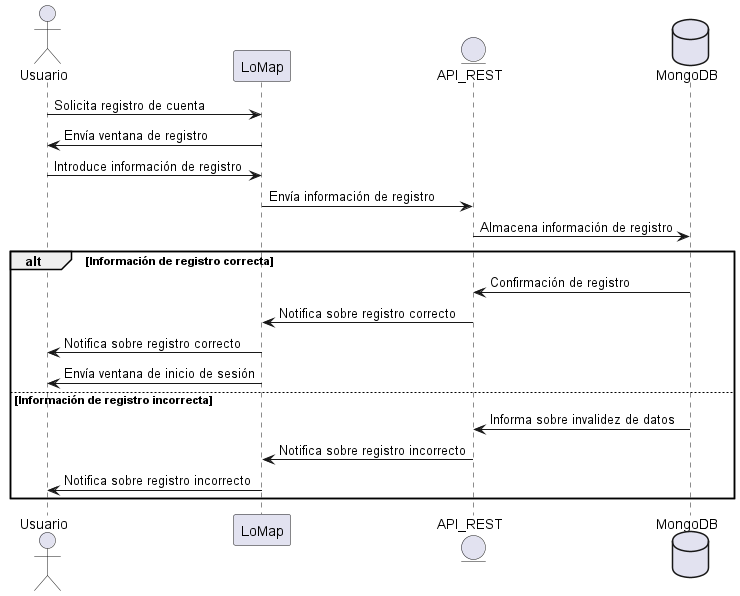
This is images/Sequence diagram.png from Arquisoft/lomap_es3c, a PlantUML export, as it was before one commit.
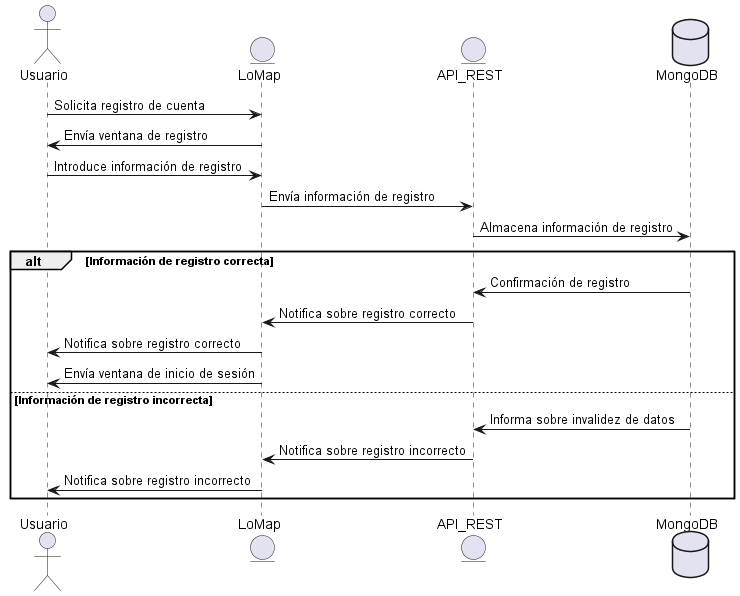
The same diagram one commit later.

The edit, as a diff of the source:
```diff
@@ -1,5 +1,6 @@
 @startuml
 actor Usuario
+entity LoMap
 Usuario -> LoMap: Solicita registro de cuenta
 entity API_REST
 database MongoDB as "MongoDB"
```
